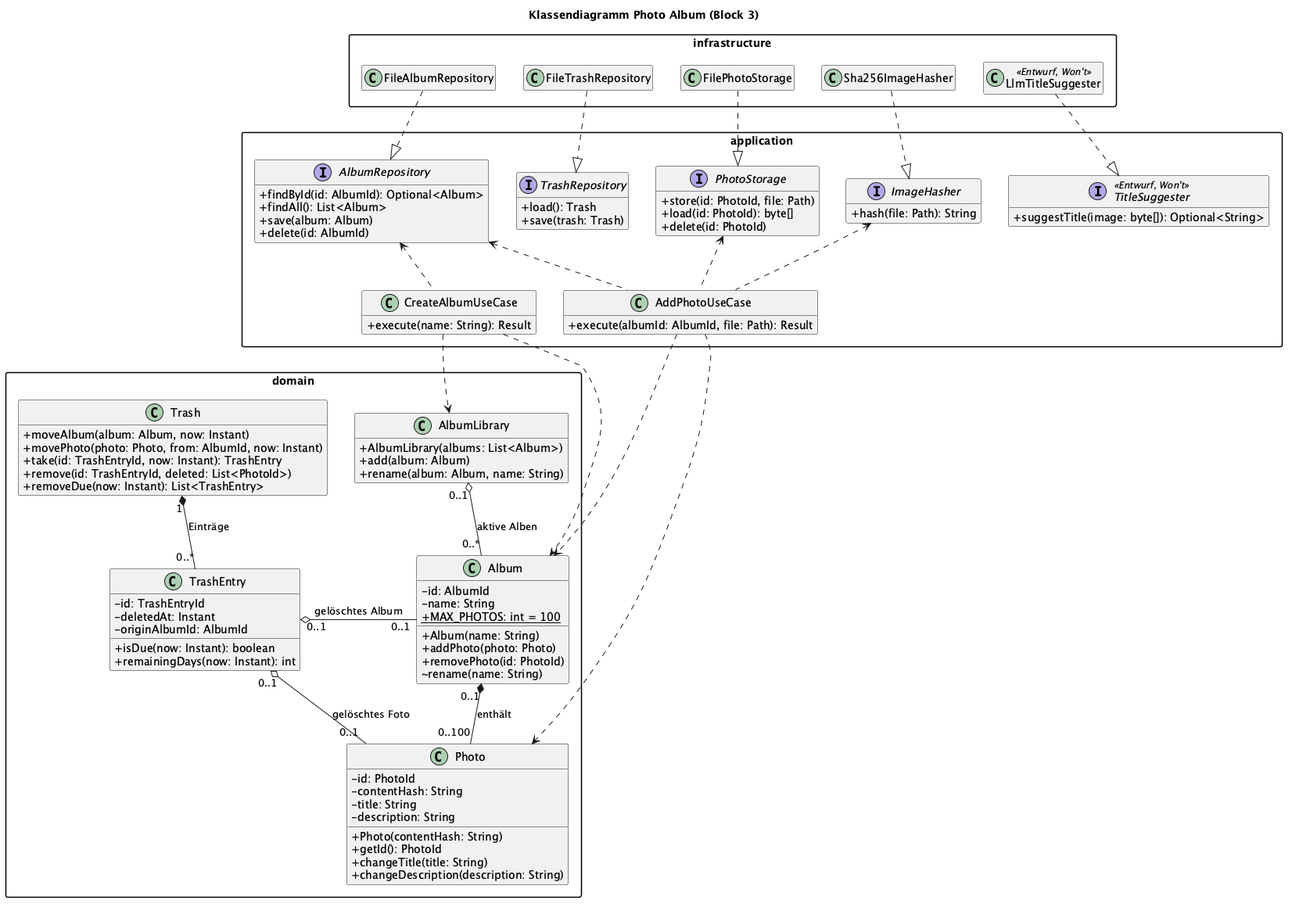
Before: docs/design/klassendiagramm.png, a diagram exported from PlantUML (felix-henry/photo-album-projekt).
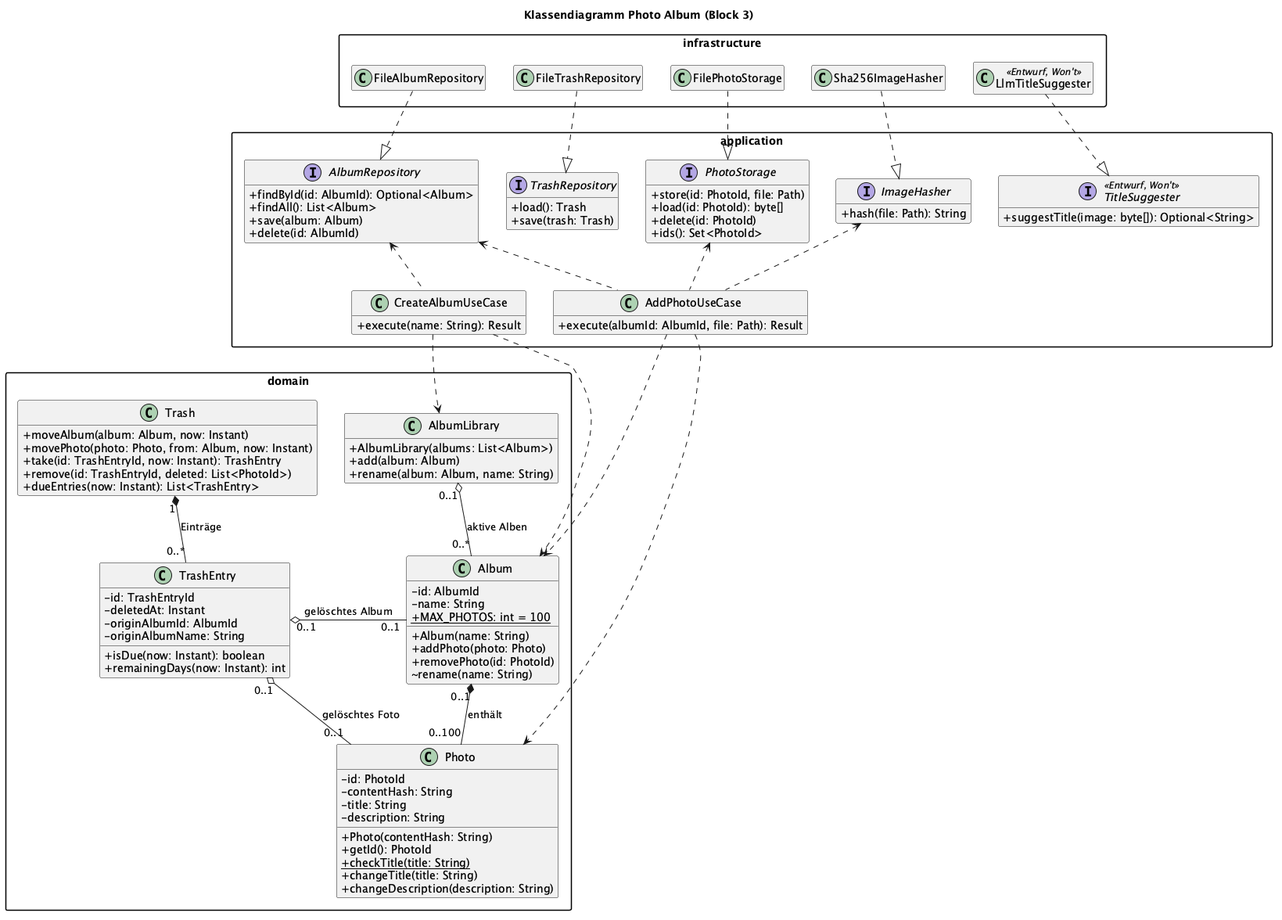
Later version of the same file.

What changed in the source:
```diff
@@ -28,6 +28,7 @@
     +store(id: PhotoId, file: Path)
     +load(id: PhotoId): byte[]
     +delete(id: PhotoId)
+    +ids(): Set<PhotoId>
   }
   interface ImageHasher {
     +hash(file: Path): String
@@ -65,20 +66,22 @@
     -description: String
     +Photo(contentHash: String)
     +getId(): PhotoId
+    +{static} checkTitle(title: String)
     +changeTitle(title: String)
     +changeDescription(description: String)
   }
   class Trash {
     +moveAlbum(album: Album, now: Instant)
-    +movePhoto(photo: Photo, from: AlbumId, now: Instant)
+    +movePhoto(photo: Photo, from: Album, now: Instant)
     +take(id: TrashEntryId, now: Instant): TrashEntry
     +remove(id: TrashEntryId, deleted: List<PhotoId>)
-    +removeDue(now: Instant): List<TrashEntry>
+    +dueEntries(now: Instant): List<TrashEntry>
   }
   class TrashEntry {
     -id: TrashEntryId
     -deletedAt: Instant
     -originAlbumId: AlbumId
+    -originAlbumName: String
     +isDue(now: Instant): boolean
     +remainingDays(now: Instant): int
   }
```
